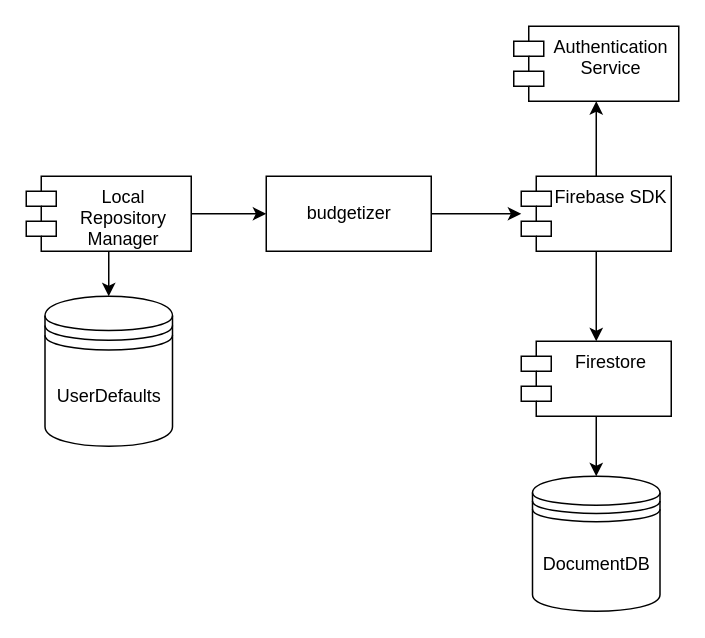
Before: Untitled Diagram.drawio in pfriedrix/fit, a draw.io diagram. Source tidied: cells renumbered, new cells numbered last; positions are measured from the earlier drawing's top-left corner, leaving out a move shared by most shapes. Both pictures are drawn from the tidied source at 150%, with x=0, y=0 at pixel (26, 26).
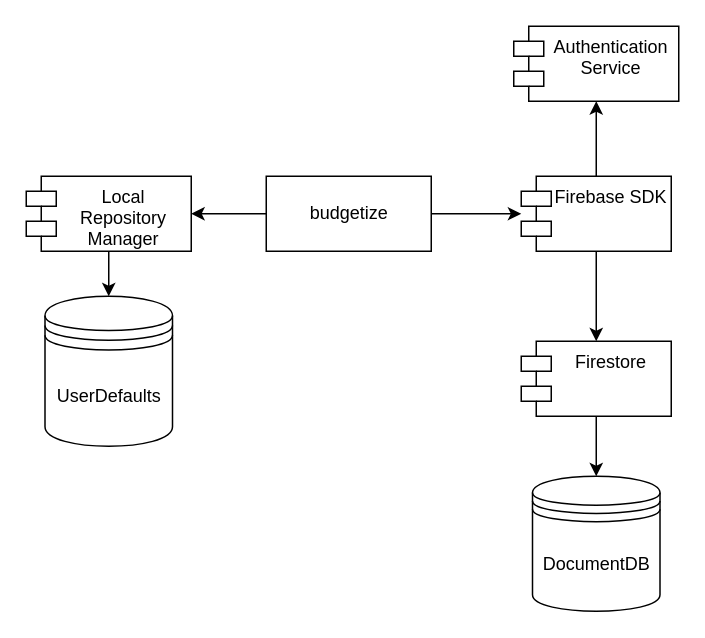
Above is the later version.

Change to the diagram source:
```diff
@@
 <mxGraphModel>
   <root>
     <mxCell id="0" />
     <mxCell id="1" parent="0" />
     <mxCell id="2" style="edgeStyle=orthogonalEdgeStyle;rounded=0;jettySize=auto;html=1;" parent="1" edge="1" source="4" target="7">
       <mxGeometry relative="1" as="geometry" />
     </mxCell>
-    <mxCell id="3" style="edgeStyle=orthogonalEdgeStyle;rounded=0;jettySize=auto;html=1;" parent="1" edge="1" source="4" target="6">
-      <mxGeometry relative="1" as="geometry" />
-    </mxCell>
     <mxCell id="4" value="Local&#10;Repository&#10;Manager" style="shape=module;align=left;spacingLeft=20;align=center;verticalAlign=top;" parent="1" vertex="1">
       <mxGeometry y="100" width="110" height="50" as="geometry" />
     </mxCell>
     <mxCell id="5" style="edgeStyle=orthogonalEdgeStyle;rounded=0;jettySize=auto;html=1;" parent="1" edge="1" source="6" target="10">
       <mxGeometry relative="1" as="geometry" />
     </mxCell>
+    <mxCell id="15" style="edgeStyle=orthogonalEdgeStyle;rounded=0;jettySize=auto;html=1;" parent="1" edge="1" source="6" target="4">
+      <mxGeometry relative="1" as="geometry" />
+    </mxCell>
-    <mxCell id="6" value="budgetizer" style="html=1;" parent="1" vertex="1">
+    <mxCell id="6" value="budgetize" style="html=1;" parent="1" vertex="1">
       <mxGeometry x="160" y="100" width="110" height="50" as="geometry" />
     </mxCell>
     <mxCell id="7" value="UserDefaults" style="shape=datastore;whiteSpace=wrap;html=1;" parent="1" vertex="1">
       <mxGeometry x="12.5" y="180" width="85" height="100" as="geometry" />
     </mxCell>
     <mxCell id="8" style="edgeStyle=orthogonalEdgeStyle;rounded=0;jettySize=auto;html=1;" parent="1" edge="1" source="10" target="11">
       <mxGeometry relative="1" as="geometry" />
     </mxCell>
     <mxCell id="9" style="edgeStyle=orthogonalEdgeStyle;rounded=0;jettySize=auto;html=1;" parent="1" edge="1" source="10" target="13">
       <mxGeometry relative="1" as="geometry" />
     </mxCell>
     <mxCell id="10" value="Firebase SDK" style="shape=module;align=left;spacingLeft=20;align=center;verticalAlign=top;" parent="1" vertex="1">
       <mxGeometry x="330" y="100" width="100" height="50" as="geometry" />
     </mxCell>
     <mxCell id="11" value="Authentication&#10;Service&#10;" style="shape=module;align=left;spacingLeft=20;align=center;verticalAlign=top;" parent="1" vertex="1">
       <mxGeometry x="325" width="110" height="50" as="geometry" />
     </mxCell>
     <mxCell id="12" style="edgeStyle=orthogonalEdgeStyle;rounded=0;jettySize=auto;html=1;" parent="1" edge="1" source="13" target="14">
       <mxGeometry relative="1" as="geometry" />
     </mxCell>
     <mxCell id="13" value="Firestore&#10;" style="shape=module;align=left;spacingLeft=20;align=center;verticalAlign=top;" parent="1" vertex="1">
       <mxGeometry x="330" y="210" width="100" height="50" as="geometry" />
     </mxCell>
     <mxCell id="14" value="DocumentDB&lt;br&gt;" style="shape=datastore;whiteSpace=wrap;html=1;" parent="1" vertex="1">
       <mxGeometry x="337.5" y="300" width="85" height="90" as="geometry" />
     </mxCell>
   </root>
 </mxGraphModel>
```
